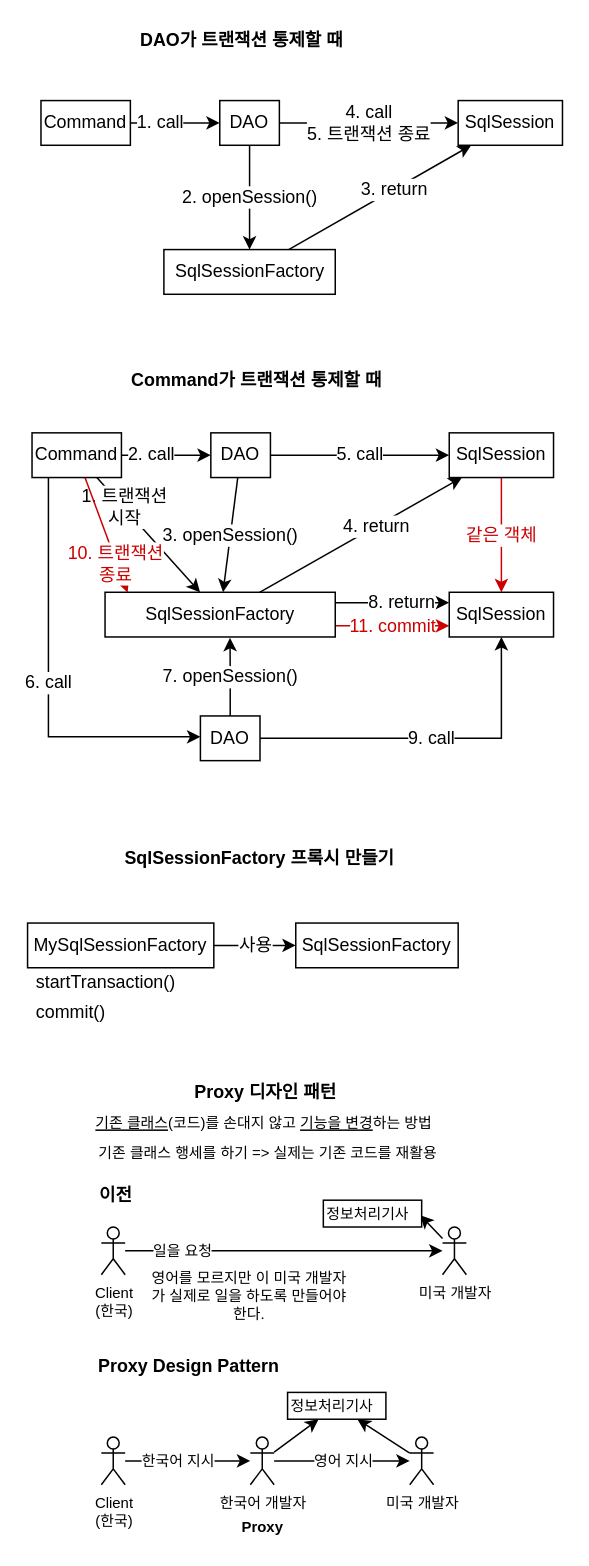
hayeon17kim/algorithm keeps this draw.io diagram as page "Page-8" (8 of 9) of Untitled Diagram.drawio. Above is the earlier version. Source tidied: cells renumbered, new cells numbered last; positions are measured from the earlier drawing's top-left corner, leaving out a move shared by most shapes. Both pictures are drawn from the tidied source at 149%, with x=0, y=0 at pixel (27, 25).
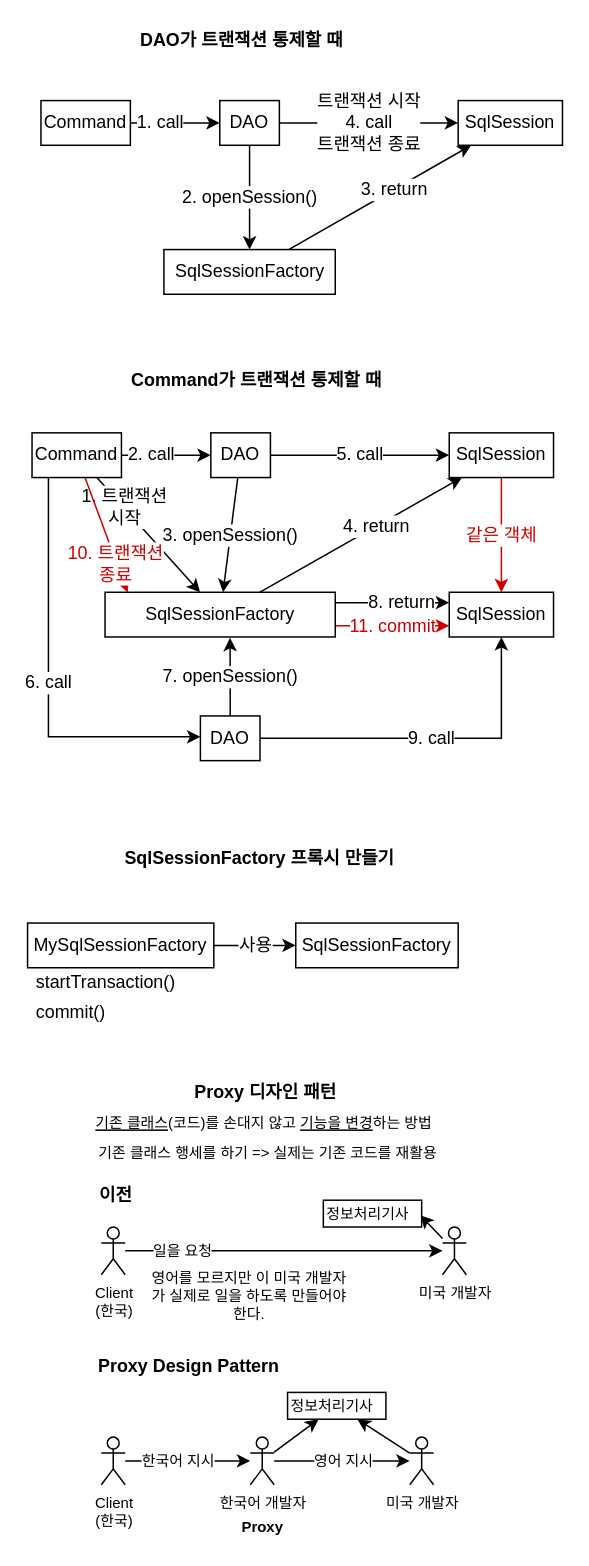
The same page after the edit.

Unchanged cells that the change refers to:
```xml
<mxCell id="7" value="DAO" style="rounded=0;whiteSpace=wrap;html=1;fontSize=12;fontColor=#000000;align=center;" parent="1" vertex="1">
  <mxGeometry x="129" y="50" width="40" height="30" as="geometry" />
</mxCell>
<mxCell id="8" value="SqlSession" style="rounded=0;whiteSpace=wrap;html=1;fontSize=12;fontColor=#000000;align=center;" parent="1" vertex="1">
  <mxGeometry x="289" y="50" width="70" height="30" as="geometry" />
</mxCell>
```

Diff of the diagram source:
```diff
@@
-    <mxCell id="5" value="4. call&lt;br&gt;5. 트랜잭션 종료" style="edgeStyle=none;rounded=0;jettySize=auto;html=1;fontSize=12;fontColor=#000000;" parent="1" edge="1" source="7" target="8">
+    <mxCell id="5" value="트랜잭션 시작&lt;br&gt;4. call&lt;br&gt;트랜잭션 종료" style="edgeStyle=none;rounded=0;jettySize=auto;html=1;fontSize=12;fontColor=#000000;" parent="1" edge="1" source="7" target="8">
       <mxGeometry relative="1" as="geometry" />
     </mxCell>
```
